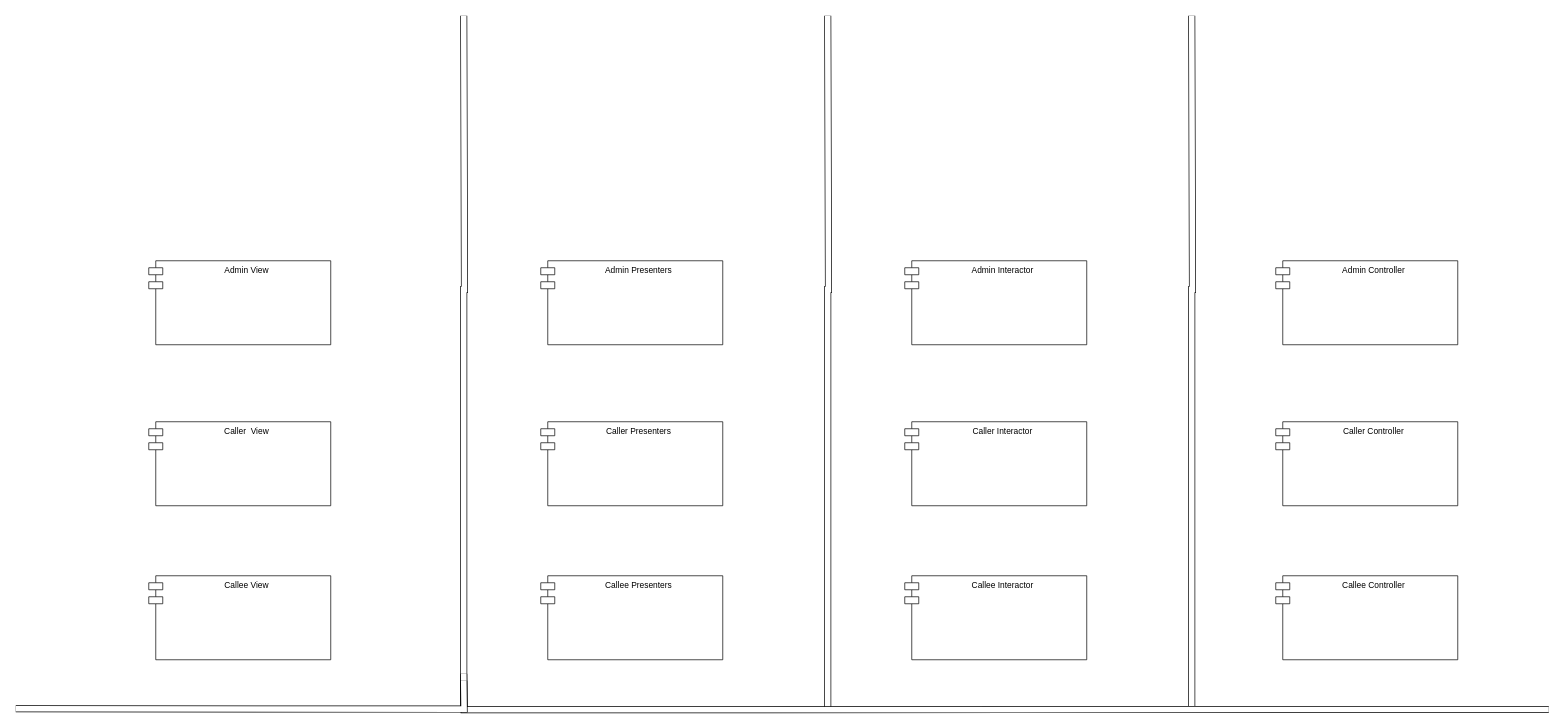
This is semaphore.drawio from singlerr/UML, a draw.io file, before an edit. Source tidied: cells renumbered, new cells numbered last; positions are measured from the earlier drawing's top-left corner, leaving out a move shared by most shapes. Both pictures are drawn from the tidied source at 70%, with x=0, y=0 at pixel (15, 15).
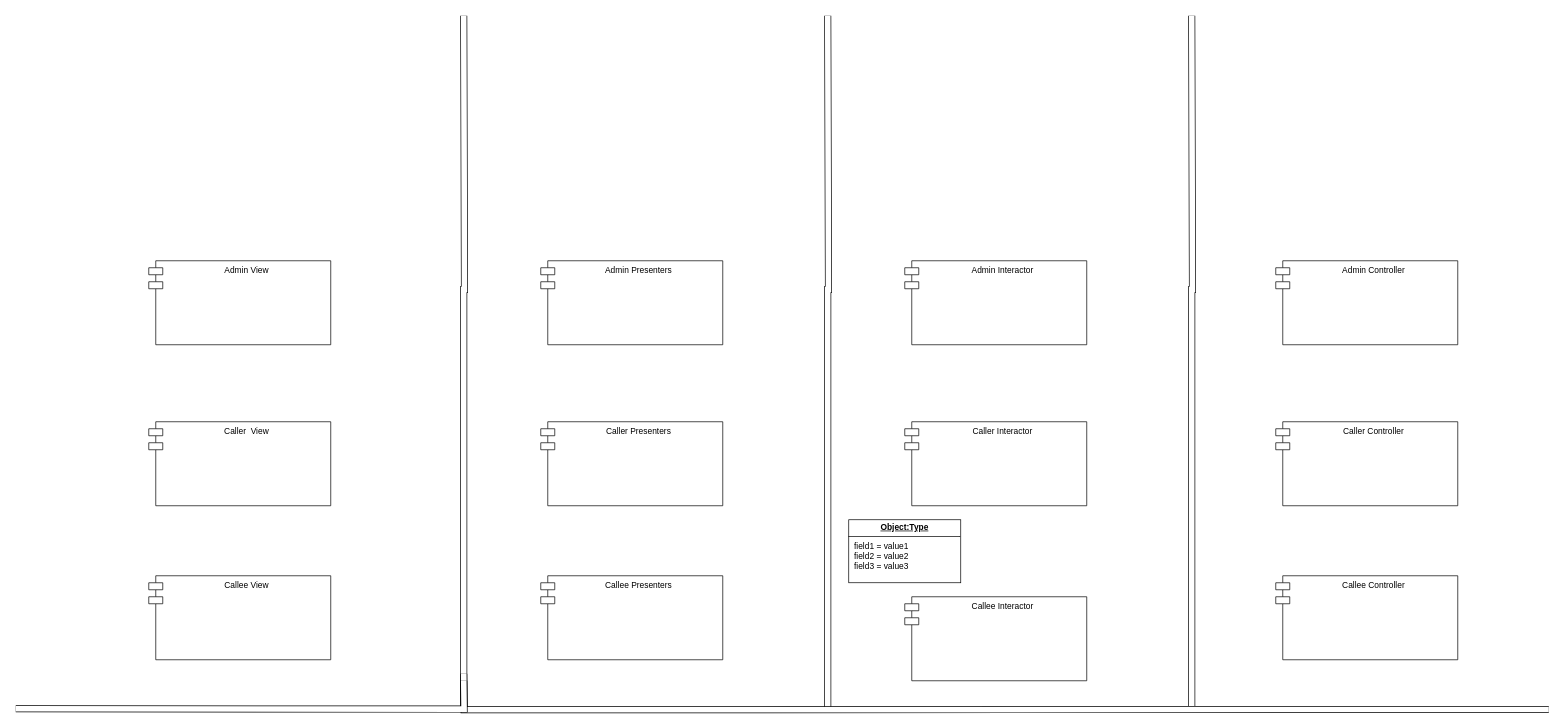
Above is the later version.

Change to the diagram source:
```diff
@@
     <mxCell id="12" value="Callee Interactor" style="shape=module;align=left;spacingLeft=20;align=center;verticalAlign=top;whiteSpace=wrap;html=1;" parent="1" vertex="1">
-      <mxGeometry x="1270" y="800" width="260" height="120" as="geometry" />
+      <mxGeometry x="1270" y="830" width="260" height="120" as="geometry" />
     </mxCell>
@@
+    <mxCell id="19" value="&lt;p style=&quot;margin:0px;margin-top:4px;text-align:center;text-decoration:underline;&quot;&gt;&lt;b&gt;Object:Type&lt;/b&gt;&lt;/p&gt;&lt;hr size=&quot;1&quot; style=&quot;border-style:solid;&quot;/&gt;&lt;p style=&quot;margin:0px;margin-left:8px;&quot;&gt;field1 = value1&lt;br/&gt;field2 = value2&lt;br&gt;field3 = value3&lt;/p&gt;" style="verticalAlign=top;align=left;overflow=fill;html=1;whiteSpace=wrap;" parent="1" vertex="1">
+      <mxGeometry x="1190" y="720" width="160" height="90" as="geometry" />
+    </mxCell>
```
